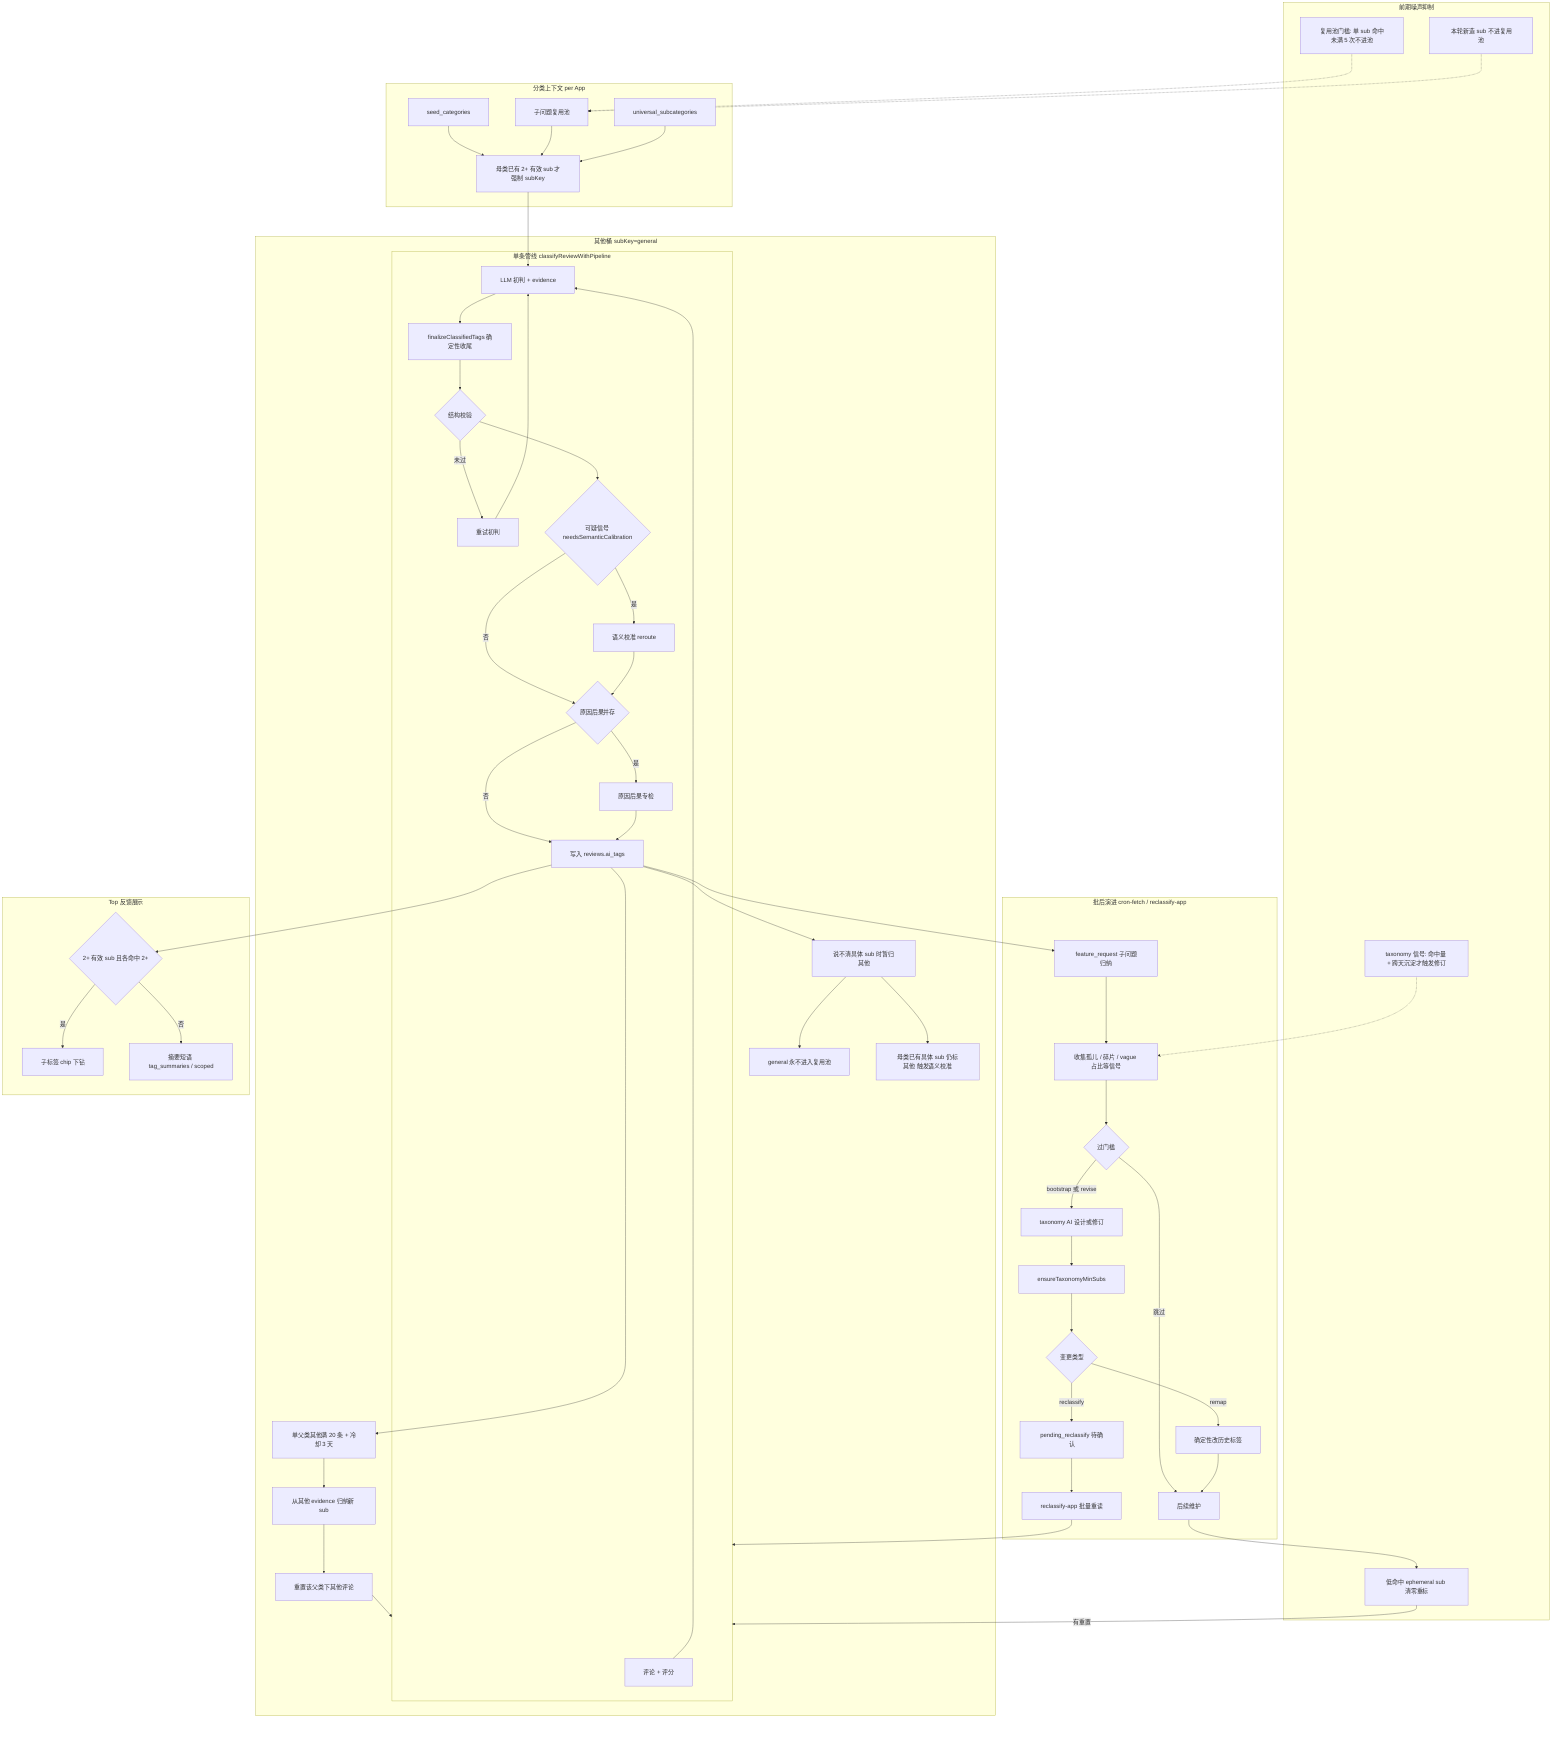
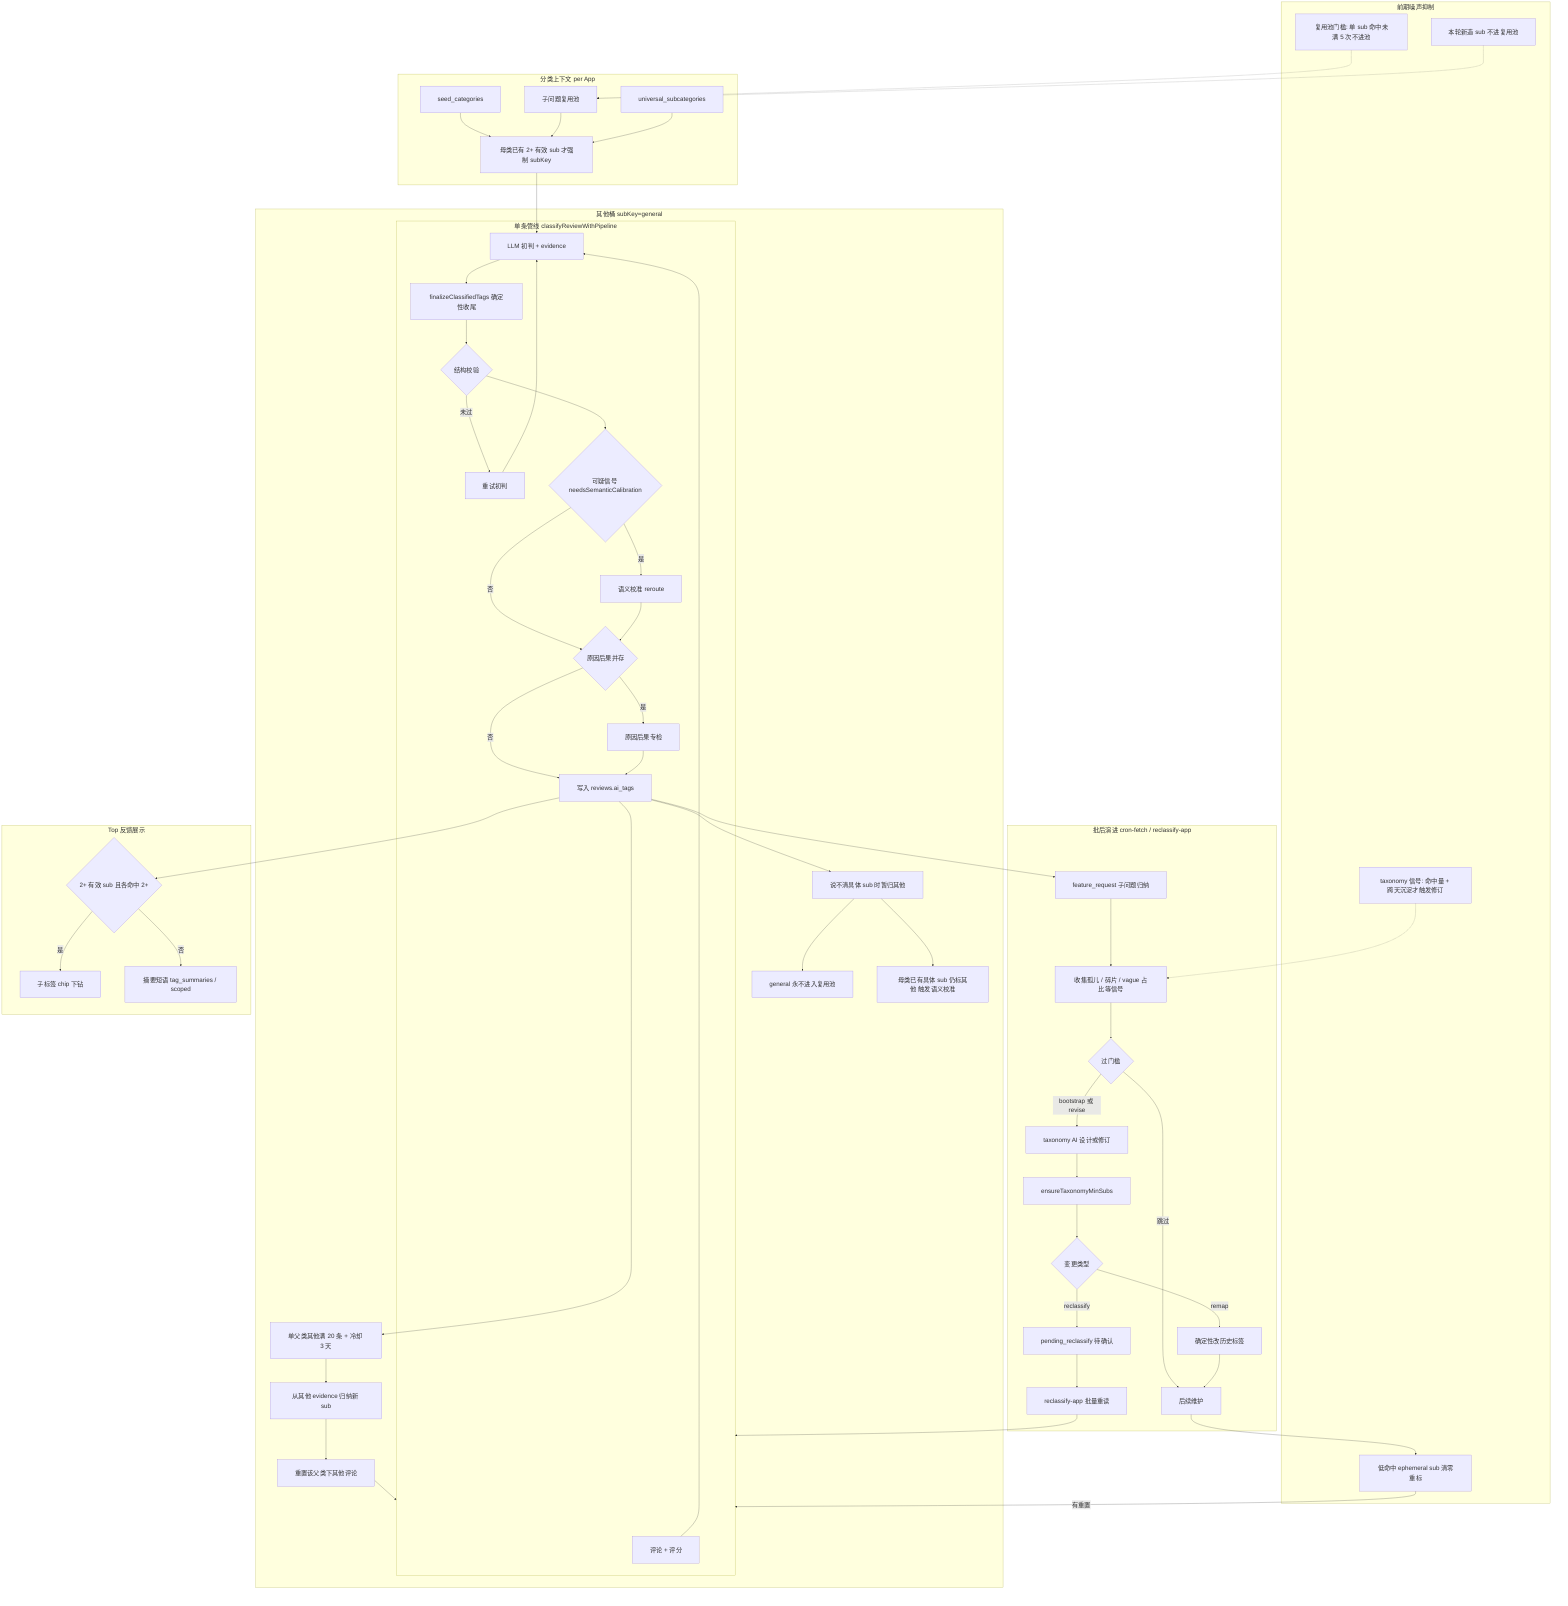
- %%{init: {"themeVariables": {"fontSize": "18px"}, "flowchart": {"nodeSpacing": 80, "rankSpacing": 90, "padding": 28}}}%%
+ %%{init: {"themeVariables": {"fontSize": "26px"}, "flowchart": {"nodeSpacing": 100, "rankSpacing": 100, "padding": 36, "wrappingWidth": 320}}}%%
flowchart TB
  subgraph ctx [分类上下文 per App]
    SEED[seed_categories]
    POOL[子问题复用池]
    SUBS[universal_subcategories]
    SEED --> GSUB["母类已有 2+ 有效 sub 才强制 subKey"]
    POOL --> GSUB
    SUBS --> GSUB
  end

  subgraph noise [前期噪声抑制]
    N1["复用池门槛: 单 sub 命中未满 5 次不进池"]
    N2["本轮新造 sub 不进复用池"]
    N3["taxonomy 信号: 命中量 + 跨天沉淀才触发修订"]
    N4["低命中 ephemeral sub 清零重标"]
  end

  subgraph pipe [单条管线 classifyReviewWithPipeline]
    IN[评论 + 评分] --> LLM1[LLM 初判 + evidence]
    GSUB --> LLM1
    N1 -.-> POOL
    N2 -.-> POOL
    LLM1 --> FIN[finalizeClassifiedTags 确定性收尾]
    FIN --> VAL{结构校验}
    VAL -->|未过| RETRY[重试初判]
    RETRY --> LLM1
    VAL --> SEM{可疑信号 needsSemanticCalibration}
    SEM -->|是| LLM2[语义校准 reroute]
    SEM -->|否| CC{原因后果并存}
    LLM2 --> CC
    CC -->|是| LLM3[原因后果专检]
    CC -->|否| SAVE[写入 reviews.ai_tags]
    LLM3 --> SAVE
  end

  subgraph general [其他桶 subKey=general]
    G0["说不清具体 sub 时暂归其他"]
    G1["general 永不进入复用池"]
    G2["母类已有具体 sub 仍标其他 触发语义校准"]
    G3["单父类其他满 20 条 + 冷却 3 天"]
    G3 --> G4[从其他 evidence 归纳新 sub]
    G4 --> G5[重置该父类下其他评论]
    G5 --> pipe
  end

  subgraph evo [批后演进 cron-fetch / reclassify-app]
    SAVE --> FR[feature_request 子问题归纳]
    FR --> SIGS[收集孤儿 / 碎片 / vague 占比等信号]
    N3 -.-> SIGS
    SIGS --> TD{过门槛}
    TD -->|bootstrap 或 revise| TAI[taxonomy AI 设计或修订]
    TD -->|跳过| POST[后续维护]
    TAI --> MIN[ensureTaxonomyMinSubs]
    MIN --> CHG{变更类型}
    CHG -->|remap| REMAP[确定性改历史标签]
    CHG -->|reclassify| PEND[pending_reclassify 待确认]
    PEND --> RERUN[reclassify-app 批量重读]
    RERUN --> pipe
    REMAP --> POST
    POST --> N4
    N4 -->|有重置| pipe
    SAVE --> G0
    G0 --> G1
    G0 --> G2
    SAVE --> G3
  end

  subgraph ui [Top 反馈展示]
    SAVE --> UIQ{"2+ 有效 sub 且各命中 2+"}
    UIQ -->|是| CHIP[子标签 chip 下钻]
    UIQ -->|否| SUM[摘要短语 tag_summaries / scoped]
  end
